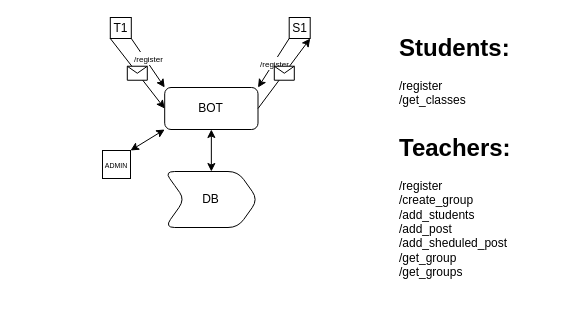
The draw.io diagram page "Main" (1 of 2) of schema.drawio in StEvseeva/TG_Bot_lessons_mailing, before the edit. Source tidied: cells renumbered, new cells numbered last; positions are measured from the earlier drawing's top-left corner, leaving out a move shared by most shapes. Both pictures are drawn from the tidied source at 100%, with x=0, y=0 at pixel (102, 17).
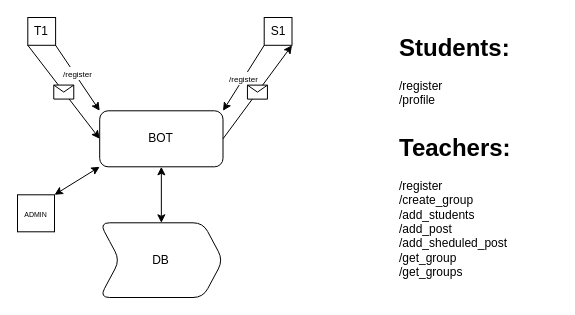
Above is the later version.

Commit message (it also covers changes not shown here):
add groups and profile endpoints

Diff of the diagram source:
```diff
@@
     <mxCell id="2" style="group;" parent="1" vertex="1">
-      <mxGeometry width="280" height="210" as="geometry" />
+      <mxGeometry x="-85" width="370" height="280" as="geometry" />
     </mxCell>
+    <mxCell id="20" style="group;" parent="2" vertex="1">
+      <mxGeometry width="274.4" height="280" as="geometry" />
+    </mxCell>
-    <mxCell id="3" value="&lt;font style=&quot;font-size: 7px;&quot;&gt;ADMIN&lt;/font&gt;" style="whiteSpace=wrap;html=1;" parent="2" vertex="1">
-      <mxGeometry y="133" width="28" height="28" as="geometry" />
+    <mxCell id="3" value="&lt;font style=&quot;font-size: 7px;&quot;&gt;ADMIN&lt;/font&gt;" style="whiteSpace=wrap;html=1;" parent="20" vertex="1">
+      <mxGeometry y="177.3" width="37" height="37" as="geometry" />
     </mxCell>
-    <mxCell id="4" value="BOT" style="rounded=1;whiteSpace=wrap;html=1;" parent="2" vertex="1">
-      <mxGeometry x="62.2" y="70" width="93.3" height="42" as="geometry" />
+    <mxCell id="4" value="BOT" style="rounded=1;whiteSpace=wrap;html=1;" parent="20" vertex="1">
+      <mxGeometry x="82.2" y="93.3" width="123.3" height="56" as="geometry" />
     </mxCell>
-    <mxCell id="5" style="endArrow=classic;html=1;entryX=1;entryY=0;entryDx=0;entryDy=0;exitX=0;exitY=1;exitDx=0;exitDy=0;" parent="2" edge="1" source="7" target="4">
+    <mxCell id="5" style="endArrow=classic;html=1;entryX=1;entryY=0;entryDx=0;entryDy=0;exitX=0;exitY=1;exitDx=0;exitDy=0;" parent="20" edge="1" source="7" target="4">
       <mxGeometry relative="1" as="geometry" />
     </mxCell>
@@
-    <mxCell id="7" value="S1" style="whiteSpace=wrap;html=1;" parent="2" vertex="1">
-      <mxGeometry x="186.7" width="21" height="21" as="geometry" />
+    <mxCell id="7" value="S1" style="whiteSpace=wrap;html=1;" parent="20" vertex="1">
+      <mxGeometry x="246.7" width="27.8" height="27.8" as="geometry" />
     </mxCell>
-    <mxCell id="8" value="T1" style="whiteSpace=wrap;html=1;" parent="2" vertex="1">
-      <mxGeometry x="7.8" width="21" height="21" as="geometry" />
+    <mxCell id="8" value="T1" style="whiteSpace=wrap;html=1;" parent="20" vertex="1">
+      <mxGeometry x="10.3" width="27.8" height="27.8" as="geometry" />
     </mxCell>
-    <mxCell id="9" style="endArrow=classic;html=1;entryX=0;entryY=0;entryDx=0;entryDy=0;exitX=1;exitY=1;exitDx=0;exitDy=0;" parent="2" edge="1" source="8" target="4">
+    <mxCell id="9" style="endArrow=classic;html=1;entryX=0;entryY=0;entryDx=0;entryDy=0;exitX=1;exitY=1;exitDx=0;exitDy=0;" parent="20" edge="1" source="8" target="4">
       <mxGeometry relative="1" as="geometry" />
     </mxCell>
@@
-    <mxCell id="11" value="DB" style="shape=step;perimeter=stepPerimeter;whiteSpace=wrap;html=1;fixedSize=1;rounded=1;" parent="2" vertex="1">
-      <mxGeometry x="62.2" y="154" width="93.3" height="56" as="geometry" />
+    <mxCell id="11" value="DB" style="shape=step;perimeter=stepPerimeter;whiteSpace=wrap;html=1;fixedSize=1;rounded=1;" parent="20" vertex="1">
+      <mxGeometry x="82.2" y="205.3" width="123.3" height="74.7" as="geometry" />
     </mxCell>
-    <mxCell id="12" style="endArrow=classic;html=1;exitX=1;exitY=0.5;exitDx=0;exitDy=0;entryX=1;entryY=1;entryDx=0;entryDy=0;" parent="2" edge="1" source="4" target="7">
+    <mxCell id="12" style="endArrow=classic;html=1;exitX=1;exitY=0.5;exitDx=0;exitDy=0;entryX=1;entryY=1;entryDx=0;entryDy=0;" parent="20" edge="1" source="4" target="7">
       <mxGeometry relative="1" as="geometry" />
     </mxCell>
@@
-    <mxCell id="14" style="endArrow=classic;html=1;exitX=0;exitY=1;exitDx=0;exitDy=0;entryX=0;entryY=0.5;entryDx=0;entryDy=0;" parent="2" edge="1" source="8" target="4">
+    <mxCell id="14" style="endArrow=classic;html=1;exitX=0;exitY=1;exitDx=0;exitDy=0;entryX=0;entryY=0.5;entryDx=0;entryDy=0;" parent="20" edge="1" source="8" target="4">
       <mxGeometry relative="1" as="geometry" />
     </mxCell>
@@
-    <mxCell id="16" style="endArrow=classic;startArrow=classic;html=1;exitX=1;exitY=0;exitDx=0;exitDy=0;entryX=0;entryY=1;entryDx=0;entryDy=0;" parent="2" edge="1" source="3" target="4">
+    <mxCell id="16" style="endArrow=classic;startArrow=classic;html=1;exitX=1;exitY=0;exitDx=0;exitDy=0;entryX=0;entryY=1;entryDx=0;entryDy=0;" parent="20" edge="1" source="3" target="4">
       <mxGeometry relative="1" as="geometry" />
     </mxCell>
-    <mxCell id="17" style="endArrow=classic;startArrow=classic;html=1;entryX=0.5;entryY=1;entryDx=0;entryDy=0;exitX=0.5;exitY=0;exitDx=0;exitDy=0;" parent="2" edge="1" source="11" target="4">
+    <mxCell id="17" style="endArrow=classic;startArrow=classic;html=1;entryX=0.5;entryY=1;entryDx=0;entryDy=0;exitX=0.5;exitY=0;exitDx=0;exitDy=0;" parent="20" edge="1" source="11" target="4">
       <mxGeometry relative="1" as="geometry" />
     </mxCell>
-    <mxCell id="18" value="&lt;h1 style=&quot;margin-top: 0px;&quot;&gt;Students:&lt;/h1&gt;&lt;p&gt;/register&lt;br&gt;/get_classes&lt;/p&gt;" style="text;html=1;whiteSpace=wrap;overflow=hidden;rounded=0;" parent="1" vertex="1">
+    <mxCell id="18" value="&lt;h1 style=&quot;margin-top: 0px;&quot;&gt;Students:&lt;/h1&gt;&lt;p&gt;/register&lt;br&gt;/profile&lt;/p&gt;" style="text;html=1;whiteSpace=wrap;overflow=hidden;rounded=0;" parent="1" vertex="1">
       <mxGeometry x="295" y="10" width="160" height="90" as="geometry" />
     </mxCell>
```
